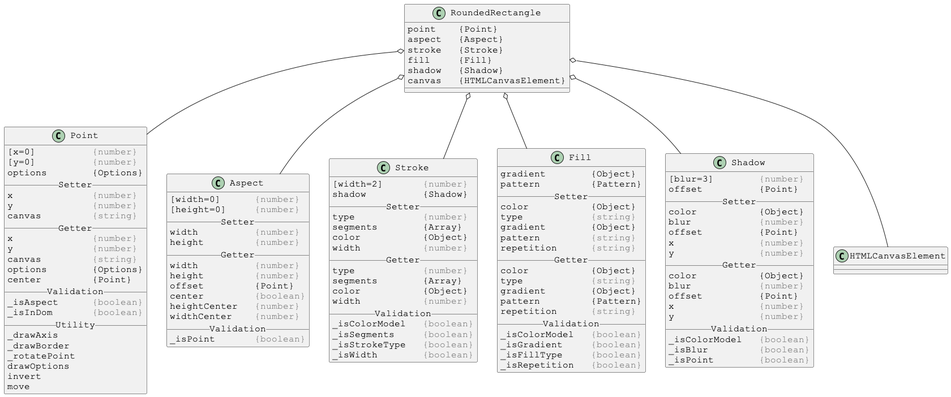
Justin-Byrne/canvasLab keeps this PlantUML diagram as docs/PlantUml/image/linked/RoundedRectangle-linked.png. Above is the earlier version. Its diagram source:
```plantuml
@startuml

skinparam DefaultFontSize 16
skinparam DefaultFontName Courier New

class RoundedRectangle {
point    {Point}
aspect   {Aspect}
stroke   {Stroke}
fill     {Fill}
shadow   {Shadow}
canvas   {HTMLCanvasElement}
}

RoundedRectangle o-- Point
RoundedRectangle o-- Aspect
RoundedRectangle o-- Stroke
RoundedRectangle o-- Fill
RoundedRectangle o-- Shadow
RoundedRectangle o-- HTMLCanvasElement



skinparam DefaultFontSize 16
skinparam DefaultFontName Courier New

class Point {
[x=0]          <color:gray>{number}</color>
[y=0]          <color:gray>{number}</color>
options        {Options}
__ Setter __
x              <color:gray>{number}</color>
y              <color:gray>{number}</color>
canvas         <color:gray>{string}</color>
__ Getter __
x              <color:gray>{number}</color>
y              <color:gray>{number}</color>
canvas         <color:gray>{string}</color>
options        {Options}
center         {Point}
__ Validation __
_isAspect      <color:gray>{boolean}</color>
_isInDom       <color:gray>{boolean}</color>
__ Utility __
_drawAxis
_drawBorder
_rotatePoint
drawOptions
invert
move
}



skinparam DefaultFontSize 16
skinparam DefaultFontName Courier New

class Aspect {
[width=0]      <color:gray>{number}</color>
[height=0]     <color:gray>{number}</color>
__ Setter __
width          <color:gray>{number}</color>
height         <color:gray>{number}</color>
__ Getter __
width          <color:gray>{number}</color>
height         <color:gray>{number}</color>
offset         {Point}
center         <color:gray>{boolean}</color>
heightCenter   <color:gray>{number}</color>
widthCenter    <color:gray>{number}</color>
__ Validation __
_isPoint       <color:gray>{boolean}</color>
}



skinparam DefaultFontSize 16
skinparam DefaultFontName Courier New

class Stroke {
[width=2]       <color:gray>{number}</color>
shadow          {Shadow}
__ Setter __
type            <color:gray>{number}</color>
segments        {Array}
color           {Object}
width           <color:gray>{number}</color>
__ Getter __
type            <color:gray>{number}</color>
segments        {Array}
color           {Object}
width           <color:gray>{number}</color>
__ Validation __
_isColorModel   <color:gray>{boolean}</color>
_isSegments     <color:gray>{boolean}</color>
_isStrokeType   <color:gray>{boolean}</color>
_isWidth        <color:gray>{boolean}</color>
}



skinparam DefaultFontSize 16
skinparam DefaultFontName Courier New

class Fill {
gradient        {Object}
pattern         {Pattern}
__ Setter __
color           {Object}
type            <color:gray>{string}</color>
gradient        {Object}
pattern         <color:gray>{string}</color>
repetition      <color:gray>{string}</color>
__ Getter __
color           {Object}
type            <color:gray>{string}</color>
gradient        {Object}
pattern         {Pattern}
repetition      <color:gray>{string}</color>
__ Validation __
_isColorModel   <color:gray>{boolean}</color>
_isGradient     <color:gray>{boolean}</color>
_isFillType     <color:gray>{boolean}</color>
_isRepetition   <color:gray>{boolean}</color>
}



skinparam DefaultFontSize 16
skinparam DefaultFontName Courier New

class Shadow {
[blur=3]        <color:gray>{number}</color>
offset          {Point}
__ Setter __
color           {Object}
blur            <color:gray>{number}</color>
offset          {Point}
x               <color:gray>{number}</color>
y               <color:gray>{number}</color>
__ Getter __
color           {Object}
blur            <color:gray>{number}</color>
offset          {Point}
x               <color:gray>{number}</color>
y               <color:gray>{number}</color>
__ Validation __
_isColorModel   <color:gray>{boolean}</color>
_isBlur         <color:gray>{boolean}</color>
_isPoint        <color:gray>{boolean}</color>
}

@enduml
```
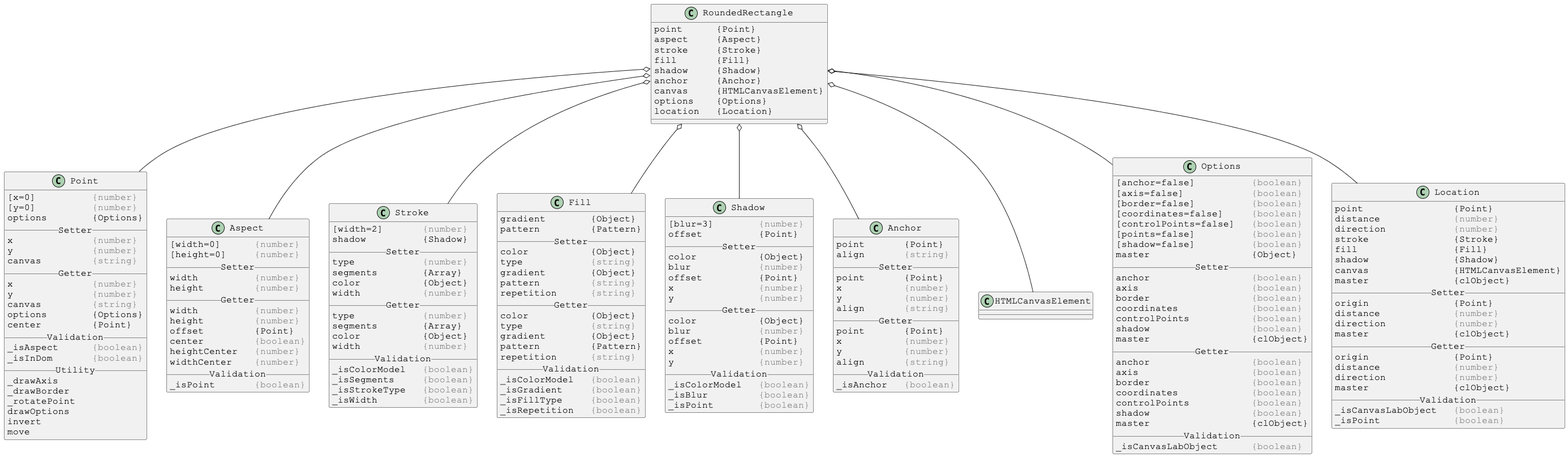
After the change.

The edit, as a diff of the source:
```diff
@@ -4,12 +4,15 @@
 skinparam DefaultFontName Courier New
 
 class RoundedRectangle {
-point    {Point}
-aspect   {Aspect}
-stroke   {Stroke}
-fill     {Fill}
-shadow   {Shadow}
-canvas   {HTMLCanvasElement}
+point      {Point}
+aspect     {Aspect}
+stroke     {Stroke}
+fill       {Fill}
+shadow     {Shadow}
+anchor     {Anchor}
+canvas     {HTMLCanvasElement}
+options    {Options}
+location   {Location}
 }
 
 RoundedRectangle o-- Point
@@ -17,7 +20,10 @@
 RoundedRectangle o-- Stroke
 RoundedRectangle o-- Fill
 RoundedRectangle o-- Shadow
+RoundedRectangle o-- Anchor
 RoundedRectangle o-- HTMLCanvasElement
+RoundedRectangle o-- Options
+RoundedRectangle o-- Location
 
 
 
@@ -150,4 +156,89 @@
 _isPoint        <color:gray>{boolean}</color>
 }
 
+
+
+skinparam DefaultFontSize 16
+skinparam DefaultFontName Courier New
+
+class Anchor {
+point       {Point}
+align       <color:gray>{string}</color>
+__ Setter __
+point       {Point}
+x           <color:gray>{number}</color>
+y           <color:gray>{number}</color>
+align       <color:gray>{string}</color>
+__ Getter __
+point       {Point}
+x           <color:gray>{number}</color>
+y           <color:gray>{number}</color>
+align       <color:gray>{string}</color>
+__ Validation __
+_isAnchor   <color:gray>{boolean}</color>
+}
+
+
+
+skinparam DefaultFontSize 16
+skinparam DefaultFontName Courier New
+
+class Options {
+[anchor=false]          <color:gray>{boolean}</color>
+[axis=false]            <color:gray>{boolean}</color>
+[border=false]          <color:gray>{boolean}</color>
+[coordinates=false]     <color:gray>{boolean}</color>
+[controlPoints=false]   <color:gray>{boolean}</color>
+[points=false]          <color:gray>{boolean}</color>
+[shadow=false]          <color:gray>{boolean}</color>
+master                  {Object}
+__ Setter __
+anchor                  <color:gray>{boolean}</color>
+axis                    <color:gray>{boolean}</color>
+border                  <color:gray>{boolean}</color>
+coordinates             <color:gray>{boolean}</color>
+controlPoints           <color:gray>{boolean}</color>
+shadow                  <color:gray>{boolean}</color>
+master                  {clObject}
+__ Getter __
+anchor                  <color:gray>{boolean}</color>
+axis                    <color:gray>{boolean}</color>
+border                  <color:gray>{boolean}</color>
+coordinates             <color:gray>{boolean}</color>
+controlPoints           <color:gray>{boolean}</color>
+shadow                  <color:gray>{boolean}</color>
+master                  {clObject}
+__ Validation __
+_isCanvasLabObject      <color:gray>{boolean}</color>
+}
+
+
+
+skinparam DefaultFontSize 16
+skinparam DefaultFontName Courier New
+
+class Location {
+point                {Point}
+distance             <color:gray>{number}</color>
+direction            <color:gray>{number}</color>
+stroke               {Stroke}
+fill                 {Fill}
+shadow               {Shadow}
+canvas               {HTMLCanvasElement}
+master               {clObject}
+__ Setter __
+origin               {Point}
+distance             <color:gray>{number}</color>
+direction            <color:gray>{number}</color>
+master               {clObject}
+__ Getter __
+origin               {Point}
+distance             <color:gray>{number}</color>
+direction            <color:gray>{number}</color>
+master               {clObject}
+__ Validation __
+_isCanvasLabObject   <color:gray>{boolean}</color>
+_isPoint             <color:gray>{boolean}</color>
+}
+
 @enduml
```
